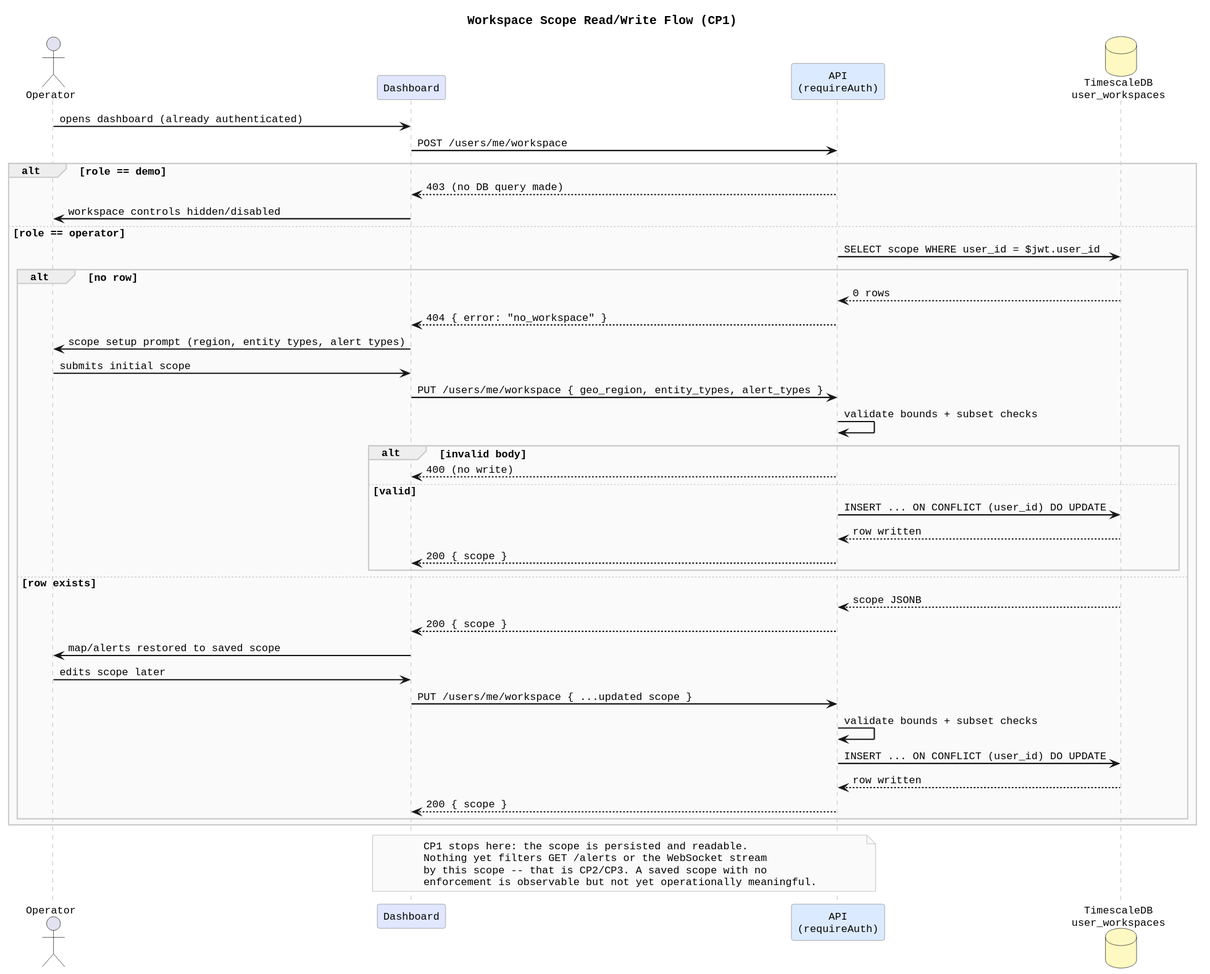
Buffden/sentinel keeps this PlantUML diagram as diagrams/docs/implementation/phase-07-workspace-scope/concepts/workspace-scope-contract/workspace-scope-flow.svg. Above is the earlier version.
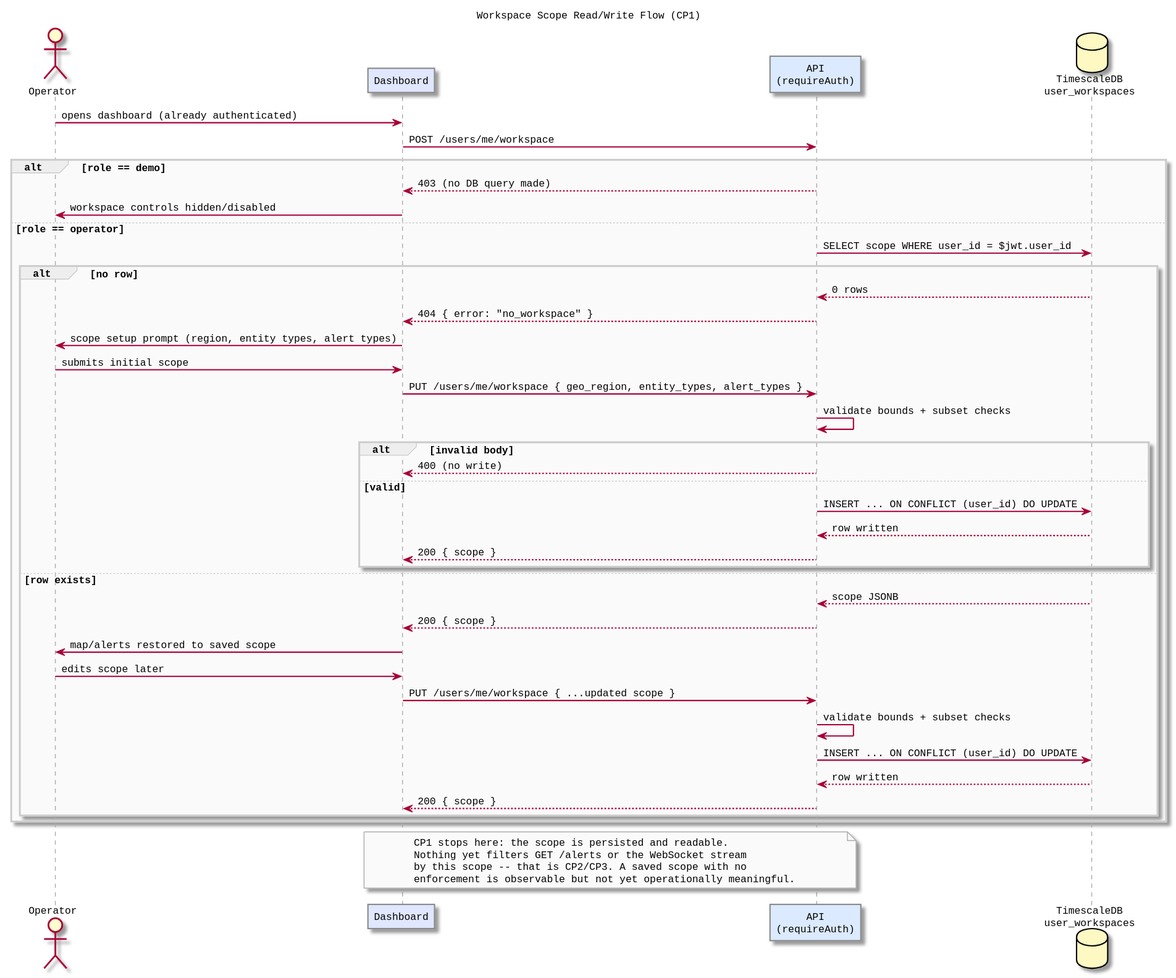
After the change.

Change to the diagram source:
```diff
@@ -1,4 +1,4 @@
-@startuml
+@startuml workspace-scope-flow
 title Workspace Scope Read/Write Flow (CP1)
 
 skinparam defaultFontName Monospaced
@@ -57,4 +57,5 @@
   by this scope -- that is CP2/CP3. A saved scope with no
   enforcement is observable but not yet operationally meaningful.
 end note
+
 @enduml
```
